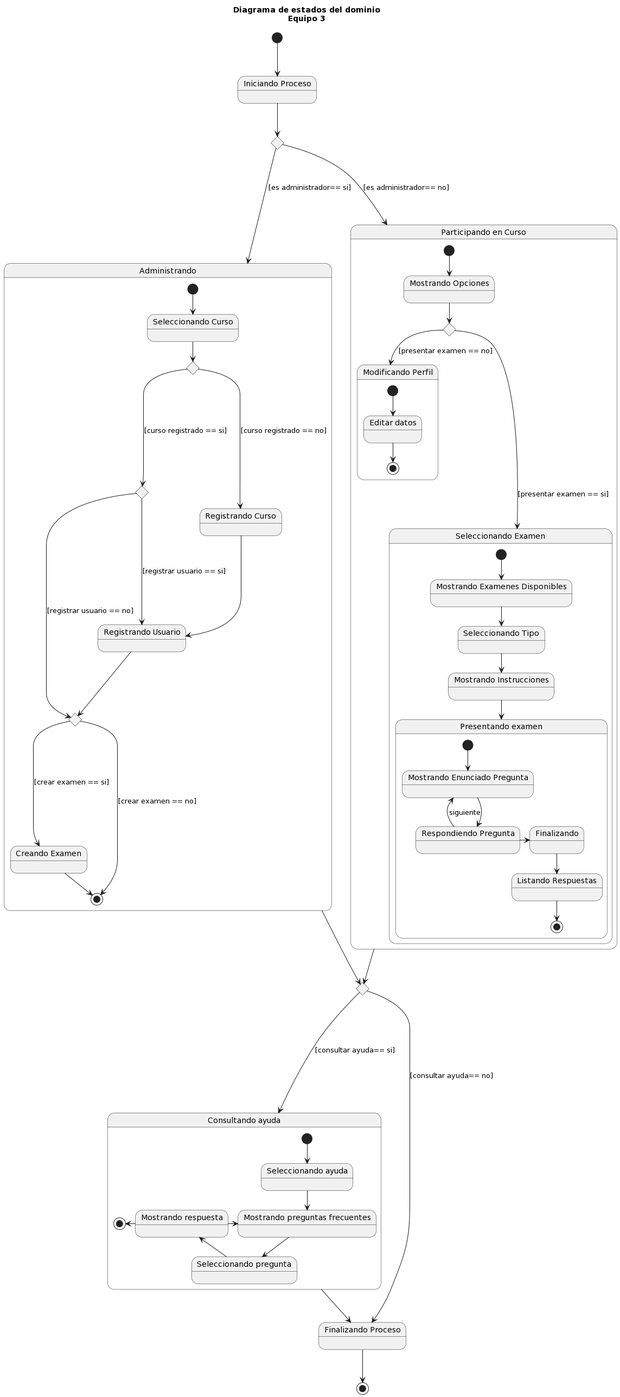
febres35/EdTech_IS keeps this PlantUML diagram as docs/scenariosView/diagramaEstados/Diagrama de Estado.png. Above is the earlier version. Its diagram source:
```plantuml
@startuml
title "Diagrama de estados del dominio\nEquipo 3"

state "Iniciando Proceso" as IP

[*] --> IP

state seleccionandoVista <<choice>>

IP --> seleccionandoVista

seleccionandoVista ---> Administrando: [es administrador== si]
seleccionandoVista ---> PC: [es administrador== no]

state Administrando {
    state opciones <<choice>>
    state cursoRegistrado <<choice>>
    state crearExamen <<choice>>
    state "Seleccionando Curso" as SC
    state "Registrando Curso" as RC
    state "Registrando Usuario" as RU
    state "Creando Examen" as CE
    [*] --> SC

    SC --> cursoRegistrado
    cursoRegistrado ------> RC: [curso registrado == no]
    cursoRegistrado ------> opciones: [curso registrado == si]
    opciones -----> crearExamen :[registrar usuario == no]
    opciones -----> RU:[registrar usuario == si]
    crearExamen ------> CE : [crear examen == si]
    crearExamen ------>[*]:[crear examen == no]
    RC --> RU
    RU ----> crearExamen
    CE -->  [*]
}

state "Participando en Curso" as PC {
  state "Mostrando Opciones" as MO
  state presentarExamen <<choice>>
    state "Modificando Perfil" as Perfil{
      state "Editar datos" as ED
      [*]-->ED
      ED-->[*]
    }

    [*] --> MO

    MO --> presentarExamen
    presentarExamen ----> SE: [presentar examen == si]
    presentarExamen --> Perfil: [presentar examen == no]

    state "Seleccionando Examen" as SE {
      state "Mostrando Examenes Disponibles" as ME
      state "Seleccionando Tipo" as ST
      state "Mostrando Instrucciones" as MI

      [*] --> ME
      ME --> ST
      ST --> MI
      MI --> PE
        state "Presentando examen" as PE {
          state "Mostrando Enunciado Pregunta" as MP
          state "Respondiendo Pregunta" as RP
          state Finalizando
          state "Listando Respuestas" as LR
          [*] --> MP
          MP --> RP
          RP -left-> MP: siguiente
          RP -right-> Finalizando
          Finalizando --> LR
          LR --> [*]
        }
    }
}

state "Consultando ayuda" as CA {
        [*] --> SA
        state "Seleccionando ayuda" as SA
        state "Mostrando preguntas frecuentes" as MF
        state "Seleccionando pregunta" as SP
        state "Mostrando respuesta" as MR
        SA --> MF
        MF --> SP
        SP --> MR
        MR -right-> MF
        MR -left-> [*]
}


state "Finalizando Proceso" as FP
state consultarAyuda <<choice>>

Administrando --> consultarAyuda
PC --> consultarAyuda

consultarAyuda ----> CA :[consultar ayuda== si]
consultarAyuda --> FP:[consultar ayuda== no]

CA -->FP

FP --> [*]
@enduml
```
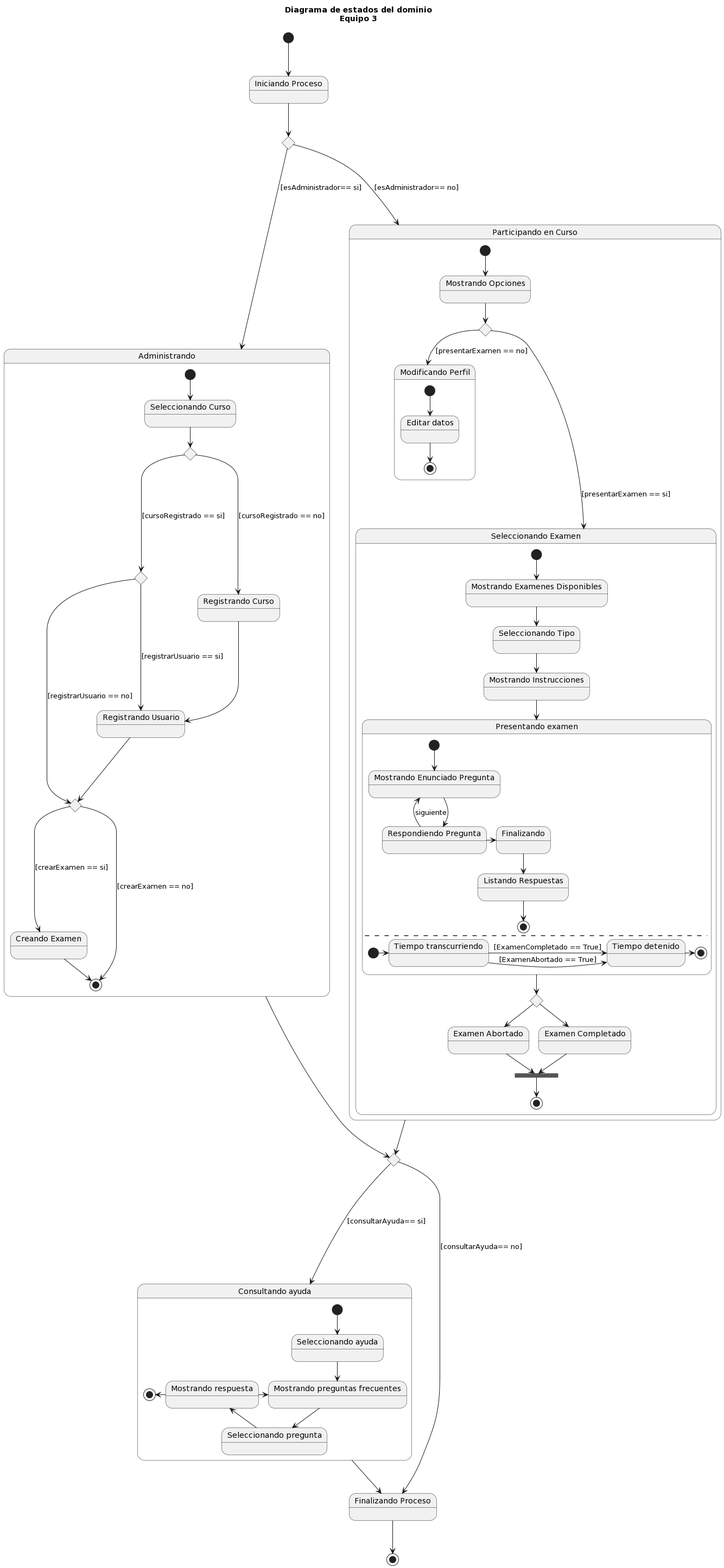
The same file after the commit.

Commit message:
Cambios Modelo de estados del dominio

The edit, as a diff of the source:
```diff
@@ -9,8 +9,8 @@
 
 IP --> seleccionandoVista
 
-seleccionandoVista ---> Administrando: [es administrador== si]
-seleccionandoVista ---> PC: [es administrador== no]
+seleccionandoVista ---> Administrando: [esAdministrador== si]
+seleccionandoVista ---> PC: [esAdministrador== no]
 
 state Administrando {
     state opciones <<choice>>
@@ -23,12 +23,12 @@
     [*] --> SC
 
     SC --> cursoRegistrado
-    cursoRegistrado ------> RC: [curso registrado == no]
-    cursoRegistrado ------> opciones: [curso registrado == si]
-    opciones -----> crearExamen :[registrar usuario == no]
-    opciones -----> RU:[registrar usuario == si]
-    crearExamen ------> CE : [crear examen == si]
-    crearExamen ------>[*]:[crear examen == no]
+    cursoRegistrado ------> RC: [cursoRegistrado == no]
+    cursoRegistrado ------> opciones: [cursoRegistrado == si]
+    opciones -----> crearExamen :[registrarUsuario == no]
+    opciones -----> RU:[registrarUsuario == si]
+    crearExamen ------> CE : [crearExamen == si]
+    crearExamen ------>[*]:[crearExamen == no]
     RC --> RU
     RU ----> crearExamen
     CE -->  [*]
@@ -46,8 +46,8 @@
     [*] --> MO
 
     MO --> presentarExamen
-    presentarExamen ----> SE: [presentar examen == si]
-    presentarExamen --> Perfil: [presentar examen == no]
+    presentarExamen ----> SE: [presentarExamen == si]
+    presentarExamen --> Perfil: [presentarExamen == no]
 
     state "Seleccionando Examen" as SE {
       state "Mostrando Examenes Disponibles" as ME
@@ -69,8 +69,31 @@
           RP -right-> Finalizando
           Finalizando --> LR
           LR --> [*]
+          --
+
+    state "Tiempo transcurriendo" as TT
+    state "Tiempo detenido" as TD
+    [*] -r-> TT
+
+    TT-r-> TD : [ExamenAbortado == True]
+    TT -r-> TD : [ExamenCompletado == True]
+    TD -r-> [*]
         }
+  state "Examen Abortado" as EA
+state "Examen Completado" as EC
+
+state opciones2 <<choice>>
+    state join1 <<join>>
+    PE --> opciones2
+opciones2 --> EC
+opciones2 --> EA
+EC --> join1
+EA --> join1
+join1 --> [*]
+
     }
+
+
 }
 
 state "Consultando ayuda" as CA {
@@ -93,8 +116,8 @@
 Administrando --> consultarAyuda
 PC --> consultarAyuda
 
-consultarAyuda ----> CA :[consultar ayuda== si]
-consultarAyuda --> FP:[consultar ayuda== no]
+consultarAyuda ----> CA :[consultarAyuda== si]
+consultarAyuda --> FP:[consultarAyuda== no]
 
 CA -->FP
 
```
